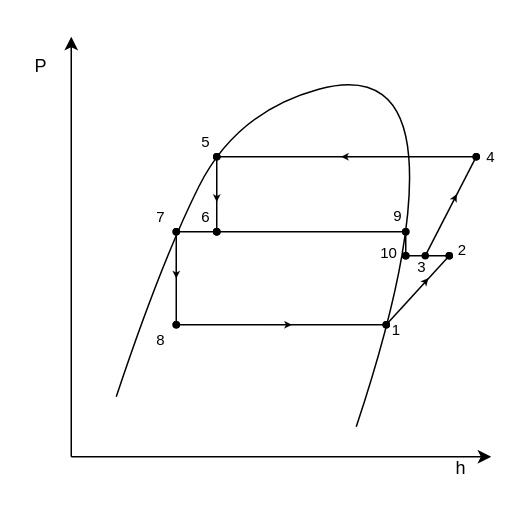
The draw.io diagram Graphics/Flash_Tank_P-h_Diagram.drawio in kasperlaustsen/CA8_Writings, before the edit. Source tidied: cells renumbered, new cells numbered last; positions are measured from the earlier drawing's top-left corner, leaving out a move shared by most shapes. Both pictures are drawn from the tidied source at 150%, with x=0, y=0 at pixel (26, 36).
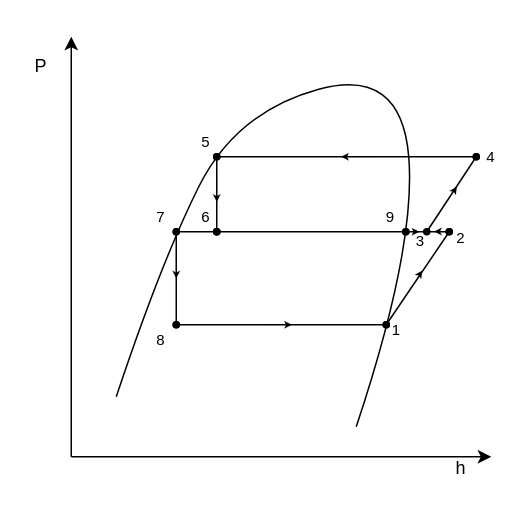
The same page after the edit.

Change to the diagram source:
```diff
@@
     <mxCell id="10" style="endArrow=oval;html=1;rounded=0;curved=1;endFill=1;startArrow=oval;startFill=1;endSize=4;startSize=4;" parent="1" edge="1">
       <mxGeometry relative="1" as="geometry">
-        <mxPoint x="266" y="146" as="sourcePoint" />
+        <mxPoint x="267" y="130" as="sourcePoint" />
         <mxPoint x="300" y="80" as="targetPoint" />
       </mxGeometry>
     </mxCell>
@@
     <mxCell id="14" style="endArrow=oval;html=1;rounded=0;curved=1;endFill=1;startArrow=oval;startFill=1;endSize=4;startSize=4;" parent="1" edge="1">
       <mxGeometry relative="1" as="geometry">
-        <mxPoint x="282" y="146" as="sourcePoint" />
+        <mxPoint x="282" y="130" as="sourcePoint" />
         <mxPoint x="240" y="192" as="targetPoint" />
       </mxGeometry>
     </mxCell>
     <mxCell id="15" style="endArrow=oval;html=1;rounded=0;curved=1;endFill=1;startArrow=oval;startFill=1;endSize=4;startSize=4;" parent="1" edge="1">
       <mxGeometry relative="1" as="geometry">
-        <mxPoint x="282" y="146" as="sourcePoint" />
-        <mxPoint x="253" y="146" as="targetPoint" />
+        <mxPoint x="282" y="130" as="sourcePoint" />
+        <mxPoint x="253" y="130" as="targetPoint" />
       </mxGeometry>
     </mxCell>
@@
     <mxCell id="21" style="endArrow=classic;html=1;rounded=0;endSize=5;strokeWidth=0;" parent="1" edge="1">
       <mxGeometry relative="1" as="geometry">
-        <mxPoint x="250" y="182" as="sourcePoint" />
-        <mxPoint x="268" y="161" as="targetPoint" />
+        <mxPoint x="251" y="175" as="sourcePoint" />
+        <mxPoint x="264" y="156" as="targetPoint" />
       </mxGeometry>
     </mxCell>
     <mxCell id="22" style="endArrow=classic;html=1;rounded=0;endSize=5;strokeWidth=0;" parent="1" edge="1">
       <mxGeometry relative="1" as="geometry">
-        <mxPoint x="275" y="128" as="sourcePoint" />
-        <mxPoint x="287" y="105" as="targetPoint" />
+        <mxPoint x="272" y="123" as="sourcePoint" />
+        <mxPoint x="287" y="100" as="targetPoint" />
       </mxGeometry>
     </mxCell>
@@
     <mxCell id="25" value="&lt;font style=&quot;font-size: 10px&quot;&gt;9&lt;/font&gt;" style="text;html=1;strokeColor=none;fillColor=none;align=center;verticalAlign=middle;whiteSpace=wrap;rounded=0;" parent="1" vertex="1">
-      <mxGeometry x="238" y="109" width="20" height="20" as="geometry" />
+      <mxGeometry x="237" y="113.5" width="12" height="13" as="geometry" />
     </mxCell>
@@
-    <mxCell id="30" style="endArrow=oval;html=1;rounded=0;curved=1;endFill=1;startArrow=oval;startFill=1;endSize=4;startSize=4;" parent="1" edge="1">
-      <mxGeometry relative="1" as="geometry">
-        <mxPoint x="253" y="146" as="sourcePoint" />
-        <mxPoint x="253" y="130" as="targetPoint" />
-      </mxGeometry>
-    </mxCell>
     <mxCell id="31" value="&lt;font style=&quot;font-size: 10px&quot;&gt;2&lt;/font&gt;" style="text;html=1;strokeColor=none;fillColor=none;align=center;verticalAlign=middle;whiteSpace=wrap;rounded=0;" parent="1" vertex="1">
-      <mxGeometry x="281" y="132" width="20" height="20" as="geometry" />
+      <mxGeometry x="285" y="129" width="10" height="10" as="geometry" />
     </mxCell>
     <mxCell id="32" value="&lt;font style=&quot;font-size: 10px&quot;&gt;3&lt;/font&gt;" style="text;html=1;strokeColor=none;fillColor=none;align=center;verticalAlign=middle;whiteSpace=wrap;rounded=0;" parent="1" vertex="1">
-      <mxGeometry x="254" y="143" width="20" height="20" as="geometry" />
+      <mxGeometry x="257" y="129" width="12" height="13" as="geometry" />
     </mxCell>
-    <mxCell id="33" value="&lt;font style=&quot;font-size: 10px&quot;&gt;10&lt;/font&gt;" style="text;html=1;strokeColor=none;fillColor=none;align=center;verticalAlign=middle;whiteSpace=wrap;rounded=0;" parent="1" vertex="1">
-      <mxGeometry x="232" y="134" width="20" height="20" as="geometry" />
-    </mxCell>
+    <mxCell id="34" style="endArrow=classic;html=1;rounded=0;endSize=5;strokeWidth=0;" parent="1" edge="1">
+      <mxGeometry relative="1" as="geometry">
+        <mxPoint x="278" y="129.9" as="sourcePoint" />
+        <mxPoint x="272" y="129.9" as="targetPoint" />
+        <Array as="points">
+          <mxPoint x="278" y="130" />
+        </Array>
+      </mxGeometry>
+    </mxCell>
+    <mxCell id="35" style="endArrow=classic;html=1;rounded=0;endSize=5;strokeWidth=0;" parent="1" edge="1">
+      <mxGeometry relative="1" as="geometry">
+        <mxPoint x="253" y="130" as="sourcePoint" />
+        <mxPoint x="262" y="130" as="targetPoint" />
+      </mxGeometry>
+    </mxCell>
```
